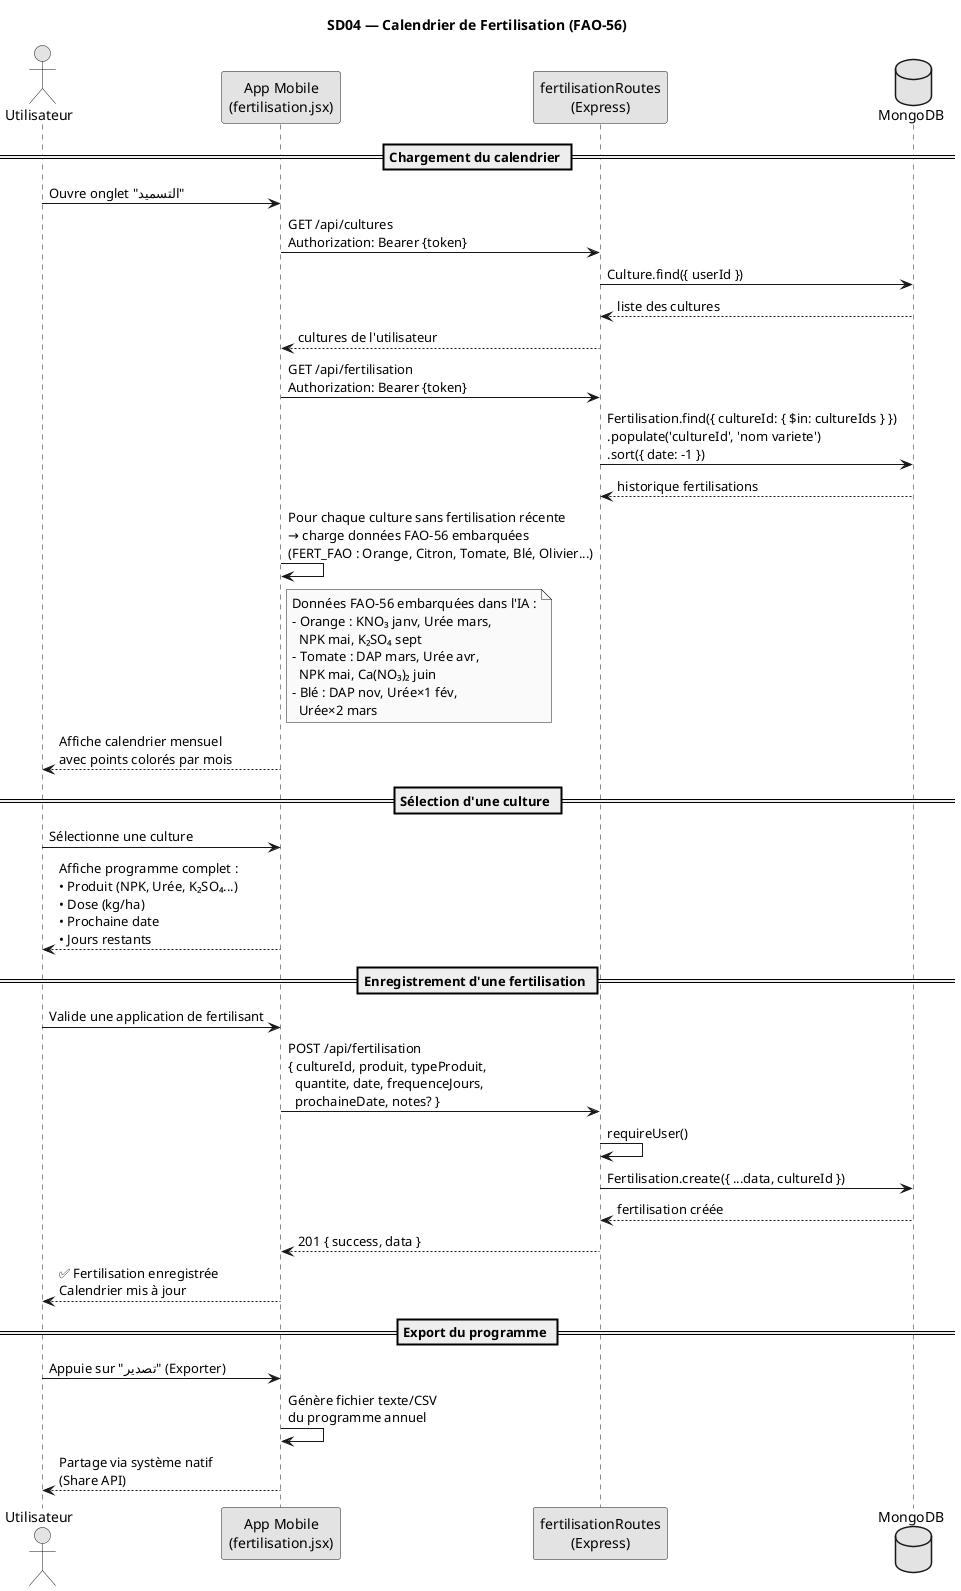
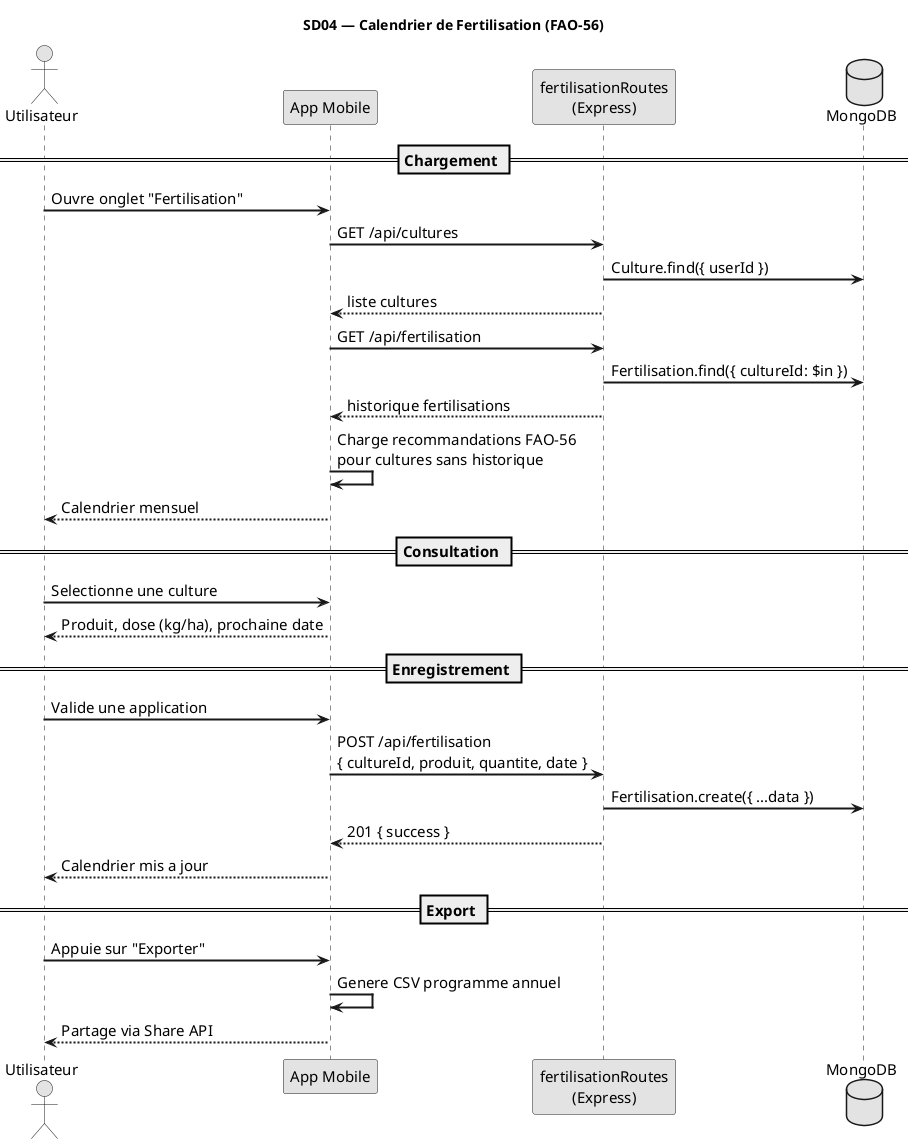
- @startuml SD04 — Fertilisation FAO-56
+ @startuml SD04_Fertilisation_FAO56

skinparam monochrome true
skinparam shadowing false
+ skinparam defaultFontSize 15
+ skinparam sequenceParticipantFontSize 15
+ skinparam sequenceActorFontSize 15
+ skinparam sequenceMessageFontSize 13
+ skinparam sequenceParticipantPadding 15
+ skinparam sequenceActorPadding 10
+ skinparam ArrowThickness 2
+ 
title SD04 — Calendrier de Fertilisation (FAO-56)

actor "Utilisateur" as U
- participant "App Mobile\n(fertilisation.jsx)" as App
+ participant "App Mobile" as App
participant "fertilisationRoutes\n(Express)" as API
database "MongoDB" as DB

- == Chargement du calendrier ==
+ == Chargement ==

- U -> App : Ouvre onglet "التسميد"
- App -> API : GET /api/cultures\nAuthorization: Bearer {token}
+ U -> App : Ouvre onglet "Fertilisation"
+ App -> API : GET /api/cultures
API -> DB : Culture.find({ userId })
- DB --> API : liste des cultures
- API --> App : cultures de l'utilisateur
+ API --> App : liste cultures
+ App -> API : GET /api/fertilisation
+ API -> DB : Fertilisation.find({ cultureId: $in })
+ API --> App : historique fertilisations
+ App -> App : Charge recommandations FAO-56\npour cultures sans historique
+ App --> U : Calendrier mensuel

- App -> API : GET /api/fertilisation\nAuthorization: Bearer {token}
- API -> DB : Fertilisation.find({ cultureId: { $in: cultureIds } })\n.populate('cultureId', 'nom variete')\n.sort({ date: -1 })
- DB --> API : historique fertilisations
+ == Consultation ==

- App -> App : Pour chaque culture sans fertilisation récente\n→ charge données FAO-56 embarquées\n(FERT_FAO : Orange, Citron, Tomate, Blé, Olivier...)
- note right of App
-   Données FAO-56 embarquées dans l'IA :
-   - Orange : KNO₃ janv, Urée mars,
-     NPK mai, K₂SO₄ sept
-   - Tomate : DAP mars, Urée avr,
-     NPK mai, Ca(NO₃)₂ juin
-   - Blé : DAP nov, Urée×1 fév,
-     Urée×2 mars
- end note
+ U -> App : Selectionne une culture
+ App --> U : Produit, dose (kg/ha), prochaine date

- App --> U : Affiche calendrier mensuel\navec points colorés par mois
+ == Enregistrement ==

- == Sélection d'une culture ==
+ U -> App : Valide une application
+ App -> API : POST /api/fertilisation\n{ cultureId, produit, quantite, date }
+ API -> DB : Fertilisation.create({ ...data })
+ API --> App : 201 { success }
+ App --> U : Calendrier mis a jour

- U -> App : Sélectionne une culture
- App --> U : Affiche programme complet :\n• Produit (NPK, Urée, K₂SO₄...)\n• Dose (kg/ha)\n• Prochaine date\n• Jours restants
+ == Export ==

- == Enregistrement d'une fertilisation ==
+ U -> App : Appuie sur "Exporter"
+ App -> App : Genere CSV programme annuel
+ App --> U : Partage via Share API

- U -> App : Valide une application de fertilisant
- App -> API : POST /api/fertilisation\n{ cultureId, produit, typeProduit,\n  quantite, date, frequenceJours,\n  prochaineDate, notes? }
- API -> API : requireUser()
- API -> DB : Fertilisation.create({ ...data, cultureId })
- DB --> API : fertilisation créée
- API --> App : 201 { success, data }
- App --> U : ✅ Fertilisation enregistrée\nCalendrier mis à jour
- 
- == Export du programme ==
- 
- U -> App : Appuie sur "تصدير" (Exporter)
- App -> App : Génère fichier texte/CSV\ndu programme annuel
- App --> U : Partage via système natif\n(Share API)
- 
- @enduml
+ @enduml